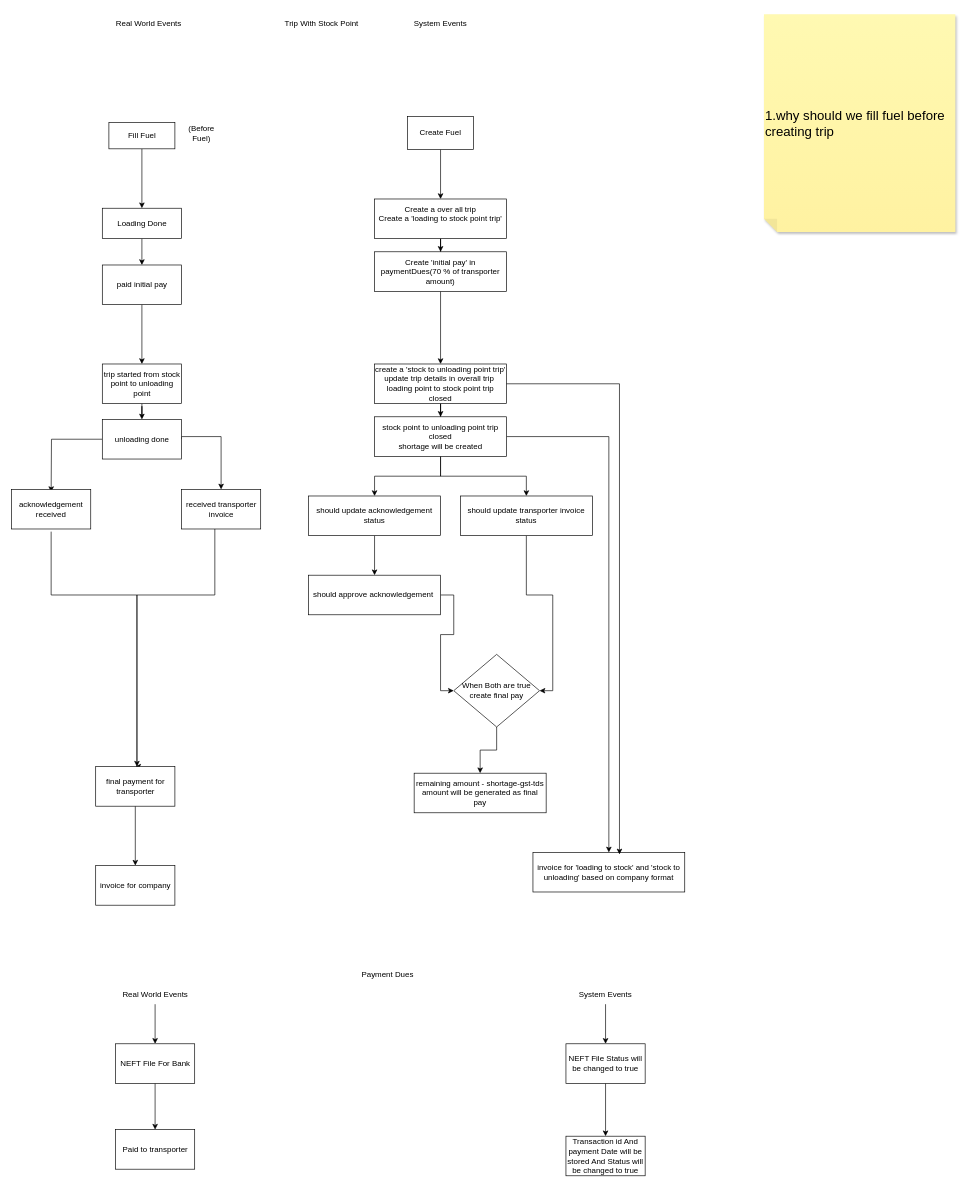
Sakthivel-Selvam-MEAN-Developer/AutoDeployment keeps this draw.io diagram as page "AppFlow" (1 of 3) of docs/subs.drawio. Above is the earlier version. Source tidied: cells renumbered, new cells numbered last; positions are measured from the earlier drawing's top-left corner, leaving out a move shared by most shapes. Both pictures are drawn from the tidied source at 66%, with x=0, y=0 at pixel (11, 14).
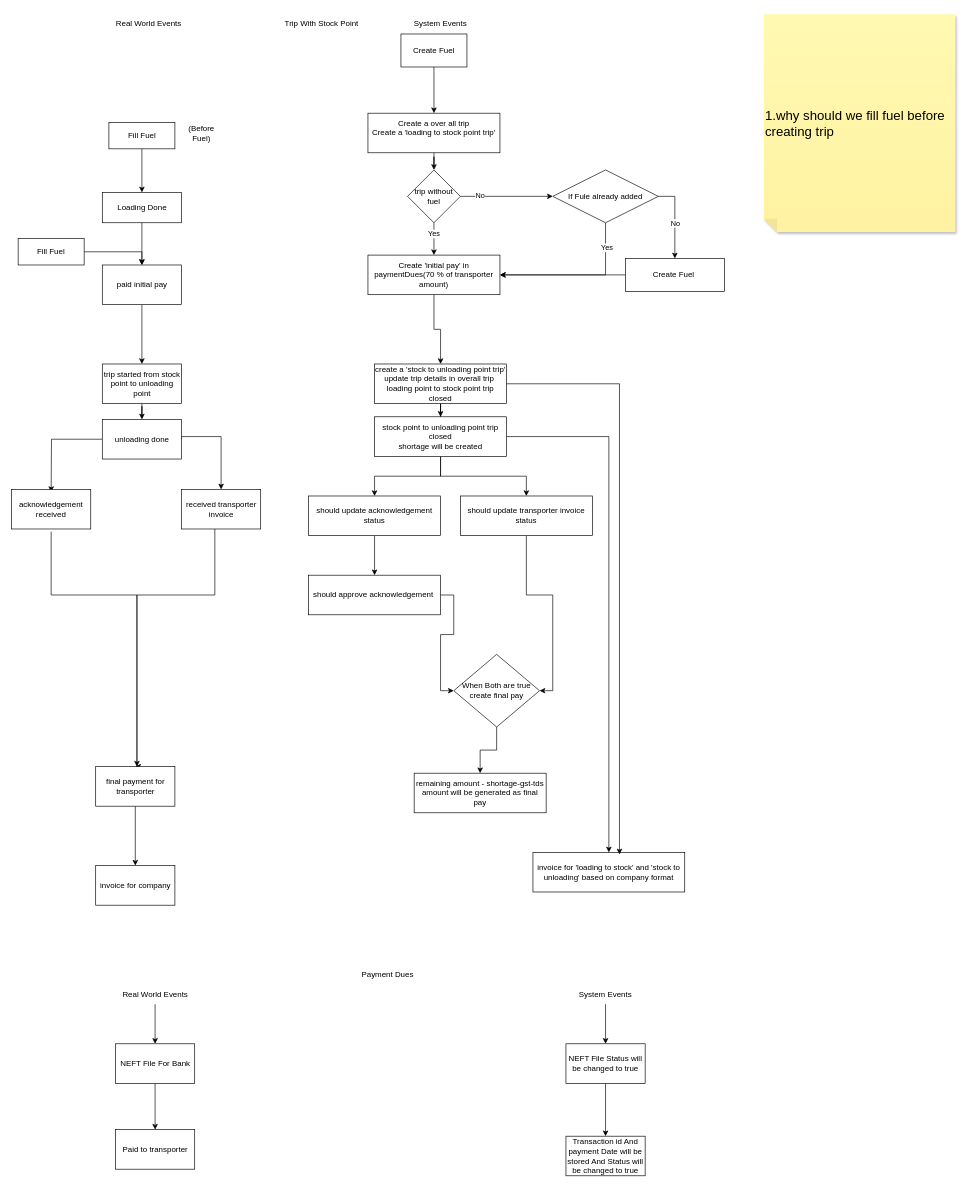
The same page after the edit.

Commit message (it also covers changes not shown here):
update subs drawing

The change refers to these unchanged cells:
```xml
<mxCell id="40" value="paid initial pay" style="rounded=0;whiteSpace=wrap;html=1;" parent="1" vertex="1">
  <mxGeometry x="137.5" y="380" width="120" height="60" as="geometry" />
</mxCell>
```

Diff of the diagram source:
```diff
@@
     <mxCell id="4" value="Loading Done" style="rounded=0;whiteSpace=wrap;html=1;" parent="1" vertex="1">
-      <mxGeometry x="137.5" y="294" width="120" height="46" as="geometry" />
+      <mxGeometry x="137.5" y="270" width="120" height="46" as="geometry" />
     </mxCell>
@@
-    <mxCell id="6" style="edgeStyle=orthogonalEdgeStyle;rounded=0;jettySize=auto;html=1;entryX=0.5;entryY=0;entryDx=0;entryDy=0;" parent="1" edge="1" source="7" target="42">
+    <mxCell id="6" style="edgeStyle=orthogonalEdgeStyle;rounded=0;jettySize=auto;html=1;entryX=0.5;entryY=0;entryDx=0;entryDy=0;" parent="1" edge="1" source="7" target="67">
       <mxGeometry relative="1" as="geometry" />
     </mxCell>
     <mxCell id="7" value="Create a over all trip&lt;div&gt;Create a 'loading to stock point trip'&lt;/div&gt;&lt;div&gt;&lt;br&gt;&lt;/div&gt;" style="rounded=0;whiteSpace=wrap;html=1;" parent="1" vertex="1">
-      <mxGeometry x="550" y="280" width="200" height="60" as="geometry" />
+      <mxGeometry x="540" y="150" width="200" height="60" as="geometry" />
     </mxCell>
@@
     <mxCell id="13" value="Create Fuel" style="rounded=0;whiteSpace=wrap;html=1;" parent="1" vertex="1">
-      <mxGeometry x="600" y="155" width="100" height="50" as="geometry" />
+      <mxGeometry x="590" y="30" width="100" height="50" as="geometry" />
     </mxCell>
@@
     <mxCell id="42" value="&lt;div&gt;Create 'initial pay' in paymentDues(70 % of transporter amount)&lt;br&gt;&lt;/div&gt;" style="rounded=0;whiteSpace=wrap;html=1;" parent="1" vertex="1">
-      <mxGeometry x="550" y="360" width="200" height="60" as="geometry" />
+      <mxGeometry x="540" y="365" width="200" height="60" as="geometry" />
     </mxCell>
@@
+    <mxCell id="59" style="edgeStyle=orthogonalEdgeStyle;rounded=0;jettySize=auto;html=1;entryX=0.5;entryY=0;entryDx=0;entryDy=0;" parent="1" edge="1" source="60" target="40">
+      <mxGeometry relative="1" as="geometry" />
+    </mxCell>
+    <mxCell id="60" value="Fill Fuel" style="rounded=0;whiteSpace=wrap;html=1;" parent="1" vertex="1">
+      <mxGeometry x="10" y="340" width="100" height="40" as="geometry" />
+    </mxCell>
+    <mxCell id="61" style="edgeStyle=orthogonalEdgeStyle;rounded=0;jettySize=auto;html=1;entryX=1;entryY=0.5;entryDx=0;entryDy=0;" parent="1" edge="1" source="62" target="42">
+      <mxGeometry relative="1" as="geometry" />
+    </mxCell>
+    <mxCell id="62" value="Create Fuel&amp;nbsp;" style="rounded=0;whiteSpace=wrap;html=1;" parent="1" vertex="1">
+      <mxGeometry x="930" y="370" width="150" height="50" as="geometry" />
+    </mxCell>
+    <mxCell id="63" style="edgeStyle=orthogonalEdgeStyle;rounded=0;jettySize=auto;html=1;entryX=0.5;entryY=0;entryDx=0;entryDy=0;" parent="1" edge="1" source="67" target="42">
+      <mxGeometry relative="1" as="geometry" />
+    </mxCell>
+    <mxCell id="64" value="Yes" style="edgeLabel;html=1;align=center;verticalAlign=middle;" parent="63" vertex="1">
+      <mxGeometry x="-0.36" y="-1" relative="1" as="geometry" />
+    </mxCell>
+    <mxCell id="65" style="edgeStyle=orthogonalEdgeStyle;rounded=0;jettySize=auto;html=1;entryX=0;entryY=0.5;entryDx=0;entryDy=0;" parent="1" edge="1" source="67" target="72">
+      <mxGeometry relative="1" as="geometry" />
+    </mxCell>
+    <mxCell id="66" value="No" style="edgeLabel;html=1;align=center;verticalAlign=middle;" parent="65" vertex="1">
+      <mxGeometry x="-0.58" y="2" relative="1" as="geometry" />
+    </mxCell>
+    <mxCell id="67" value="trip without fuel" style="rhombus;whiteSpace=wrap;html=1;" parent="1" vertex="1">
+      <mxGeometry x="600" y="236" width="80" height="80" as="geometry" />
+    </mxCell>
+    <mxCell id="68" style="edgeStyle=orthogonalEdgeStyle;rounded=0;jettySize=auto;html=1;entryX=0.5;entryY=0;entryDx=0;entryDy=0;exitX=1;exitY=0.5;exitDx=0;exitDy=0;" parent="1" edge="1" source="72" target="62">
+      <mxGeometry relative="1" as="geometry" />
+    </mxCell>
+    <mxCell id="69" value="No" style="edgeLabel;html=1;align=center;verticalAlign=middle;" parent="68" vertex="1">
+      <mxGeometry x="-0.36" y="4" relative="1" as="geometry">
+        <mxPoint x="-4" y="27" as="offset" />
+      </mxGeometry>
+    </mxCell>
+    <mxCell id="70" style="edgeStyle=orthogonalEdgeStyle;rounded=0;jettySize=auto;html=1;entryX=1;entryY=0.5;entryDx=0;entryDy=0;" parent="1" edge="1" source="72" target="42">
+      <mxGeometry relative="1" as="geometry">
+        <Array as="points">
+          <mxPoint x="900" y="395" />
+        </Array>
+      </mxGeometry>
+    </mxCell>
+    <mxCell id="71" value="Yes" style="edgeLabel;html=1;align=center;verticalAlign=middle;" parent="70" vertex="1">
+      <mxGeometry x="-0.69" y="1" relative="1" as="geometry" />
+    </mxCell>
+    <mxCell id="72" value="If Fule already added" style="rhombus;whiteSpace=wrap;html=1;" parent="1" vertex="1">
+      <mxGeometry x="820" y="236" width="160" height="80" as="geometry" />
+    </mxCell>
```
